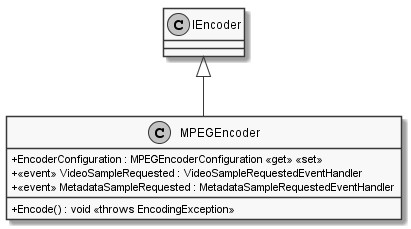
This is documents/sd/resources/Classes/Core/MORR/Transcoding/WinAPI/MPEGEncoder.png from insightmind/MORR, a PlantUML export, as it was before one commit. The source it was exported from:
```plantuml
@startuml
skinparam monochrome true
skinparam classAttributeIconSize 0

class MPEGEncoder {
    + Encode() : void <<throws EncodingException>>
    + EncoderConfiguration : MPEGEncoderConfiguration <<get>> <<set>>
    + <<event>> VideoSampleRequested : VideoSampleRequestedEventHandler
    + <<event>> MetadataSampleRequested : MetadataSampleRequestedEventHandler
}

IEncoder <|-- MPEGEncoder
@enduml
```
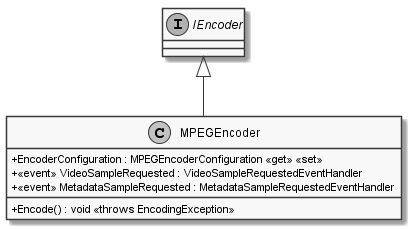
After the commit.

What changed in the source:
```diff
@@ -1,6 +1,8 @@
 @startuml
 skinparam monochrome true
 skinparam classAttributeIconSize 0
+
+interface IEncoder
 
 class MPEGEncoder {
     + Encode() : void <<throws EncodingException>>
```
